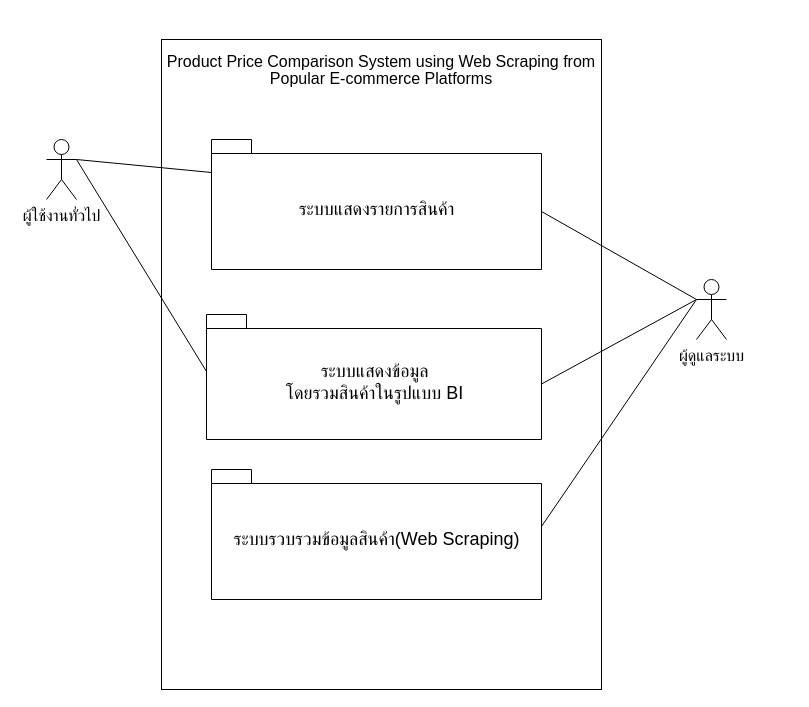
This is Untitled Diagram.drawio from newzyz/Share, a draw.io file, before an edit. Source tidied: cells renumbered, new cells numbered last; positions are measured from the earlier drawing's top-left corner, leaving out a move shared by most shapes. Both pictures are drawn from the tidied source at 100%, with x=0, y=0 at pixel (46, 39).
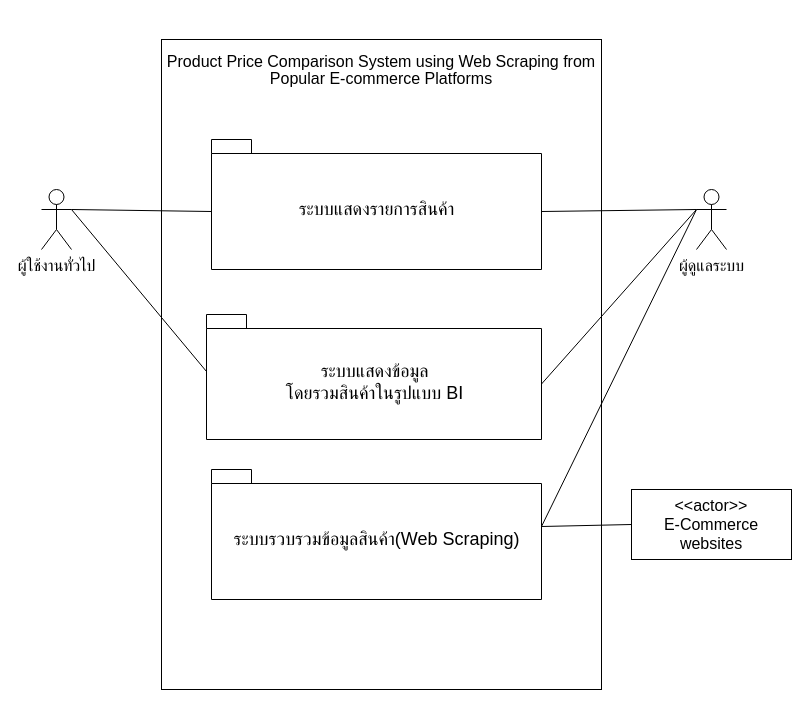
The same page after the edit.

What changed in the source:
```diff
@@
 <mxGraphModel>
   <root>
     <mxCell id="0" />
     <mxCell id="1" parent="0" />
     <mxCell id="2" value="&lt;span style=&quot;line-height: 107% ; font-family: &amp;#34;calibri&amp;#34; , sans-serif ; font-size: 16px&quot;&gt;&lt;font style=&quot;font-size: 16px&quot;&gt;&lt;br&gt;&lt;br&gt;Product Price Comparison System using Web Scraping from Popular E-commerce Platforms&lt;/font&gt;&lt;/span&gt;" style="rounded=0;whiteSpace=wrap;html=1;spacingTop=-125;spacing=5;spacingBottom=500;" parent="1" vertex="1">
       <mxGeometry x="115" width="440" height="650" as="geometry" />
     </mxCell>
     <mxCell id="3" value="&lt;font style=&quot;font-size: 16px&quot;&gt;ผู้ใช้งานทั่วไป&lt;/font&gt;" style="shape=umlActor;verticalLabelPosition=bottom;verticalAlign=top;html=1;outlineConnect=0;hachureGap=4;" parent="1" vertex="1">
-      <mxGeometry y="100" width="30" height="60" as="geometry" />
+      <mxGeometry x="-5" y="150" width="30" height="60" as="geometry" />
     </mxCell>
     <mxCell id="4" value="&lt;font style=&quot;font-size: 18px ; font-weight: normal&quot;&gt;ระบบแสดงรายการสินค้า&lt;/font&gt;" style="shape=folder;fontStyle=1;spacingTop=10;tabWidth=40;tabHeight=14;tabPosition=left;html=1;hachureGap=4;" parent="1" vertex="1">
       <mxGeometry x="165" y="100" width="330" height="130" as="geometry" />
     </mxCell>
-    <mxCell id="5" style="endArrow=none;html=1;startSize=14;endSize=14;sourcePerimeterSpacing=8;targetPerimeterSpacing=8;entryX=0;entryY=0;entryDx=0;entryDy=33;entryPerimeter=0;exitX=1;exitY=0.3333333333333333;exitDx=0;exitDy=0;exitPerimeter=0;" parent="1" edge="1" source="3" target="4">
+    <mxCell id="5" style="endArrow=none;html=1;startSize=14;endSize=14;sourcePerimeterSpacing=8;targetPerimeterSpacing=8;entryX=0;entryY=0;entryDx=0;entryDy=72;entryPerimeter=0;exitX=1;exitY=0.3333333333333333;exitDx=0;exitDy=0;exitPerimeter=0;" parent="1" edge="1" source="3" target="4">
       <mxGeometry relative="1" as="geometry" />
     </mxCell>
     <mxCell id="6" value="&lt;font style=&quot;font-size: 18px ; font-weight: normal&quot;&gt;ระบบแสดงข้อมูล&lt;br&gt;โดยรวมสินค้าในรูปแบบ BI&lt;/font&gt;" style="shape=folder;fontStyle=1;spacingTop=10;tabWidth=40;tabHeight=14;tabPosition=left;html=1;hachureGap=4;" parent="1" vertex="1">
       <mxGeometry x="160" y="275" width="335" height="125" as="geometry" />
     </mxCell>
     <mxCell id="7" style="endArrow=none;html=1;startSize=14;endSize=14;sourcePerimeterSpacing=8;targetPerimeterSpacing=8;entryX=1;entryY=0.3333333333333333;entryDx=0;entryDy=0;entryPerimeter=0;exitX=0;exitY=0;exitDx=0;exitDy=57;exitPerimeter=0;" parent="1" edge="1" source="6" target="3">
       <mxGeometry relative="1" as="geometry" />
     </mxCell>
     <mxCell id="8" value="&lt;font style=&quot;font-size: 18px ; font-weight: normal&quot;&gt;ระบบรวบรวมข้อมูลสินค้า(Web Scraping)&lt;/font&gt;" style="shape=folder;fontStyle=1;spacingTop=10;tabWidth=40;tabHeight=14;tabPosition=left;html=1;hachureGap=4;" parent="1" vertex="1">
       <mxGeometry x="165" y="430" width="330" height="130" as="geometry" />
     </mxCell>
+    <mxCell id="13" value="&lt;font style=&quot;font-size: 16px&quot;&gt;&amp;lt;&amp;lt;actor&amp;gt;&amp;gt;&lt;br&gt;E-Commerce websites&lt;/font&gt;" style="rounded=0;whiteSpace=wrap;html=1;hachureGap=4;" parent="1" vertex="1">
+      <mxGeometry x="585" y="450" width="160" height="70" as="geometry" />
+    </mxCell>
+    <mxCell id="14" style="endArrow=none;html=1;entryX=0;entryY=0.5;entryDx=0;entryDy=0;exitX=0;exitY=0;exitDx=330;exitDy=57;exitPerimeter=0;" parent="1" edge="1" source="8" target="13">
+      <mxGeometry relative="1" as="geometry" />
+    </mxCell>
     <mxCell id="9" value="&lt;font style=&quot;font-size: 16px&quot;&gt;ผู้ดูแลระบบ&lt;/font&gt;" style="shape=umlActor;verticalLabelPosition=bottom;verticalAlign=top;html=1;outlineConnect=0;" parent="1" vertex="1">
-      <mxGeometry x="650" y="240" width="30" height="60" as="geometry" />
+      <mxGeometry x="650" y="150" width="30" height="60" as="geometry" />
     </mxCell>
     <mxCell id="10" style="endArrow=none;html=1;entryX=0;entryY=0.3333333333333333;entryDx=0;entryDy=0;entryPerimeter=0;exitX=0;exitY=0;exitDx=330;exitDy=57;exitPerimeter=0;" parent="1" edge="1" source="8" target="9">
       <mxGeometry relative="1" as="geometry" />
     </mxCell>
     <mxCell id="11" style="endArrow=none;html=1;rounded=0;entryX=0;entryY=0.3333333333333333;entryDx=0;entryDy=0;entryPerimeter=0;exitX=0;exitY=0;exitDx=335;exitDy=69.5;exitPerimeter=0;" parent="1" edge="1" source="6" target="9">
       <mxGeometry relative="1" as="geometry" />
     </mxCell>
     <mxCell id="12" style="endArrow=none;html=1;rounded=0;entryX=0;entryY=0.3333333333333333;entryDx=0;entryDy=0;entryPerimeter=0;exitX=0;exitY=0;exitDx=330;exitDy=72;exitPerimeter=0;" parent="1" edge="1" source="4" target="9">
       <mxGeometry relative="1" as="geometry" />
     </mxCell>
   </root>
 </mxGraphModel>
```
